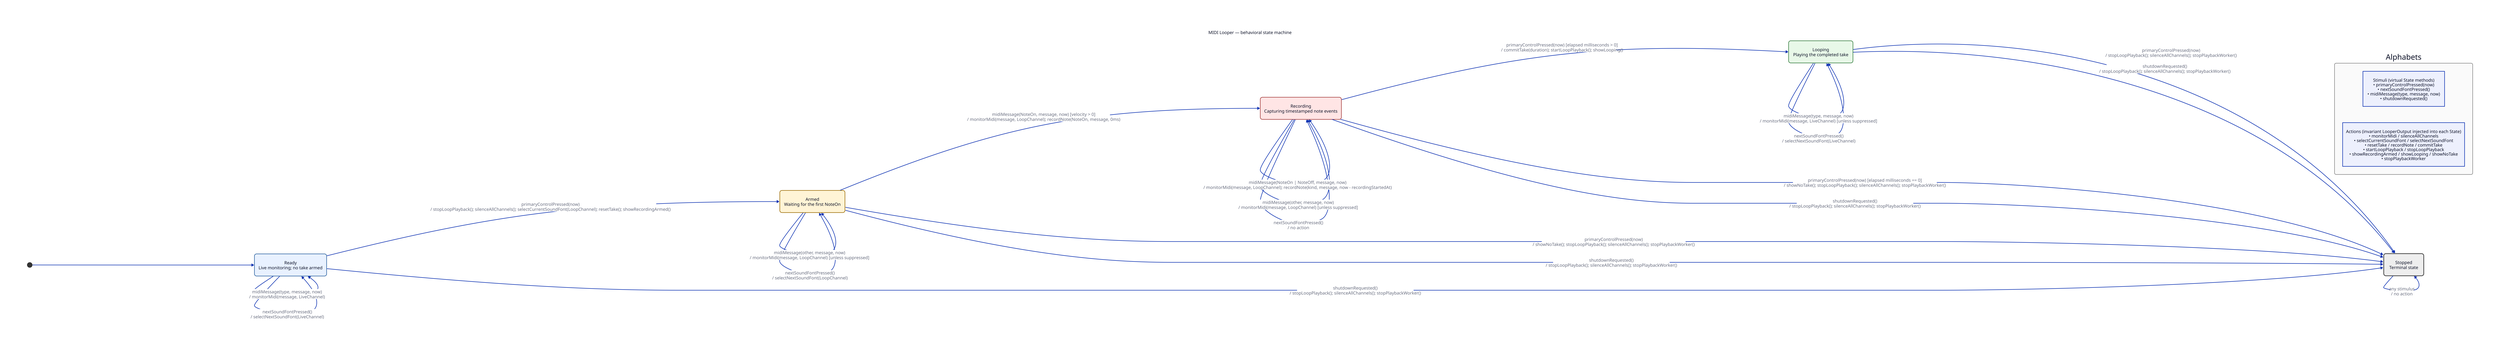
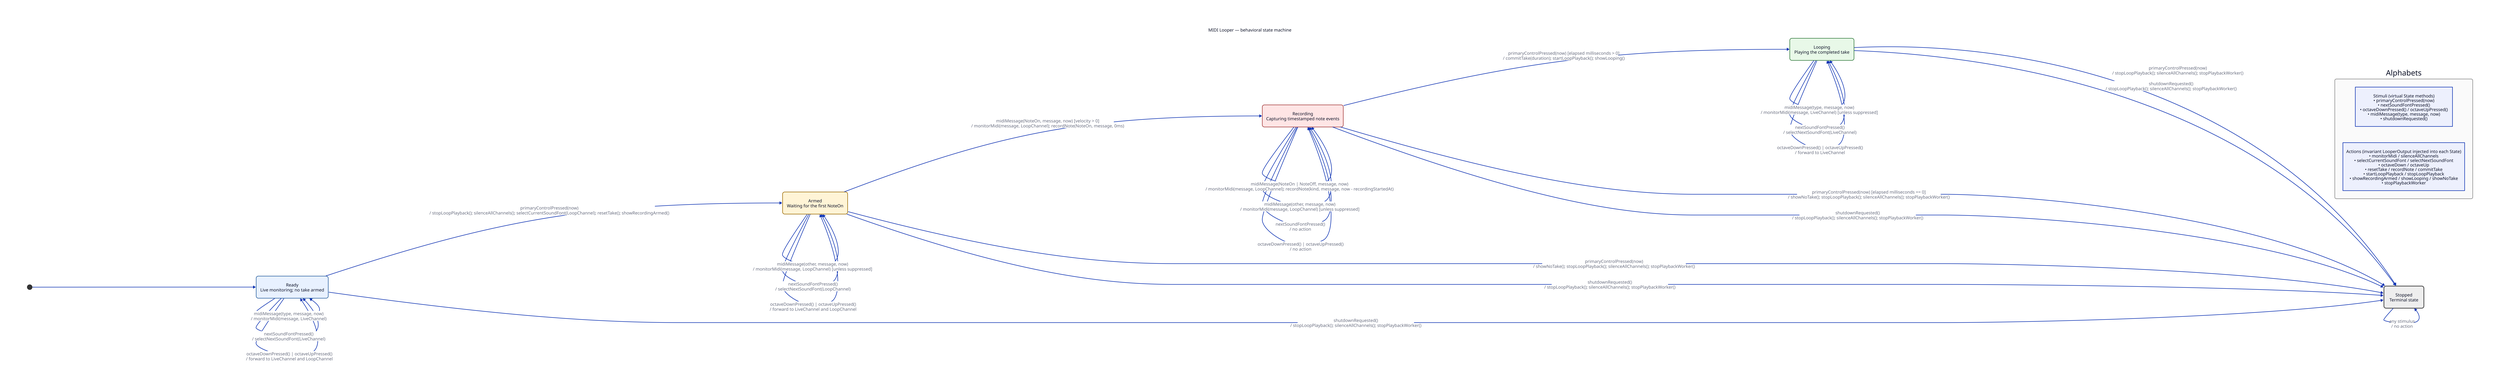
direction: right

title: {
  label: "MIDI Looper — behavioral state machine"
  shape: text
  near: top-center
}

start: {
  label: ""
  shape: circle
  width: 18
  height: 18
  style: {
    fill: "#333333"
    stroke: "#333333"
  }
}

ready: {
  label: "Ready\nLive monitoring; no take armed"
  shape: rectangle
  style: {
    border-radius: 8
    fill: "#e8f1ff"
    stroke: "#285f9e"
  }
}

armed: {
  label: "Armed\nWaiting for the first NoteOn"
  shape: rectangle
  style: {
    border-radius: 8
    fill: "#fff4d6"
    stroke: "#9b6a00"
  }
}

recording: {
  label: "Recording\nCapturing timestamped note events"
  shape: rectangle
  style: {
    border-radius: 8
    fill: "#ffe5e5"
    stroke: "#a33a3a"
  }
}

looping: {
  label: "Looping\nPlaying the completed take"
  shape: rectangle
  style: {
    border-radius: 8
    fill: "#e8f8e8"
    stroke: "#317a3b"
  }
}

stopped: {
  label: "Stopped\nTerminal state"
  shape: rectangle
  style: {
    border-radius: 8
    fill: "#eeeeee"
    stroke: "#555555"
    stroke-width: 3
  }
}

start -> ready

ready -> armed: "primaryControlPressed(now)\n/ stopLoopPlayback(); silenceAllChannels(); selectCurrentSoundFont(LoopChannel); resetTake(); showRecordingArmed()"
ready -> ready: "midiMessage(type, message, now)\n/ monitorMidi(message, LiveChannel)"
ready -> ready: "nextSoundFontPressed()\n/ selectNextSoundFont(LiveChannel)"
+ ready -> ready: "octaveDownPressed() | octaveUpPressed()\n/ forward to LiveChannel and LoopChannel"

armed -> recording: "midiMessage(NoteOn, message, now) [velocity > 0]\n/ monitorMidi(message, LoopChannel); recordNote(NoteOn, message, 0ms)"
armed -> armed: "midiMessage(other, message, now)\n/ monitorMidi(message, LoopChannel) [unless suppressed]"
armed -> armed: "nextSoundFontPressed()\n/ selectNextSoundFont(LoopChannel)"
+ armed -> armed: "octaveDownPressed() | octaveUpPressed()\n/ forward to LiveChannel and LoopChannel"
armed -> stopped: "primaryControlPressed(now)\n/ showNoTake(); stopLoopPlayback(); silenceAllChannels(); stopPlaybackWorker()"

recording -> recording: "midiMessage(NoteOn | NoteOff, message, now)\n/ monitorMidi(message, LoopChannel); recordNote(kind, message, now - recordingStartedAt)"
recording -> recording: "midiMessage(other, message, now)\n/ monitorMidi(message, LoopChannel) [unless suppressed]"
recording -> recording: "nextSoundFontPressed()\n/ no action"
+ recording -> recording: "octaveDownPressed() | octaveUpPressed()\n/ no action"
recording -> looping: "primaryControlPressed(now) [elapsed milliseconds > 0]\n/ commitTake(duration); startLoopPlayback(); showLooping()"
recording -> stopped: "primaryControlPressed(now) [elapsed milliseconds == 0]\n/ showNoTake(); stopLoopPlayback(); silenceAllChannels(); stopPlaybackWorker()"

looping -> looping: "midiMessage(type, message, now)\n/ monitorMidi(message, LiveChannel) [unless suppressed]"
looping -> looping: "nextSoundFontPressed()\n/ selectNextSoundFont(LiveChannel)"
+ looping -> looping: "octaveDownPressed() | octaveUpPressed()\n/ forward to LiveChannel"
looping -> stopped: "primaryControlPressed(now)\n/ stopLoopPlayback(); silenceAllChannels(); stopPlaybackWorker()"

ready -> stopped: "shutdownRequested()\n/ stopLoopPlayback(); silenceAllChannels(); stopPlaybackWorker()"
armed -> stopped: "shutdownRequested()\n/ stopLoopPlayback(); silenceAllChannels(); stopPlaybackWorker()"
recording -> stopped: "shutdownRequested()\n/ stopLoopPlayback(); silenceAllChannels(); stopPlaybackWorker()"
looping -> stopped: "shutdownRequested()\n/ stopLoopPlayback(); silenceAllChannels(); stopPlaybackWorker()"

stopped -> stopped: "any stimulus\n/ no action"

legend: {
  label: "Alphabets"
  direction: down
  style: {
    fill: "#fafafa"
    stroke: "#888888"
    border-radius: 6
  }

  inputs: {
-     label: "Stimuli (virtual State methods)\n• primaryControlPressed(now)\n• nextSoundFontPressed()\n• midiMessage(type, message, now)\n• shutdownRequested()"
+     label: "Stimuli (virtual State methods)\n• primaryControlPressed(now)\n• nextSoundFontPressed()\n• octaveDownPressed() / octaveUpPressed()\n• midiMessage(type, message, now)\n• shutdownRequested()"
    shape: rectangle
  }

  outputs: {
-     label: "Actions (invariant LooperOutput injected into each State)\n• monitorMidi / silenceAllChannels\n• selectCurrentSoundFont / selectNextSoundFont\n• resetTake / recordNote / commitTake\n• startLoopPlayback / stopLoopPlayback\n• showRecordingArmed / showLooping / showNoTake\n• stopPlaybackWorker"
+     label: "Actions (invariant LooperOutput injected into each State)\n• monitorMidi / silenceAllChannels\n• selectCurrentSoundFont / selectNextSoundFont\n• octaveDown / octaveUp\n• resetTake / recordNote / commitTake\n• startLoopPlayback / stopLoopPlayback\n• showRecordingArmed / showLooping / showNoTake\n• stopPlaybackWorker"
    shape: rectangle
  }
}

looping -> legend: {
  style: {
    opacity: 0
  }
}
